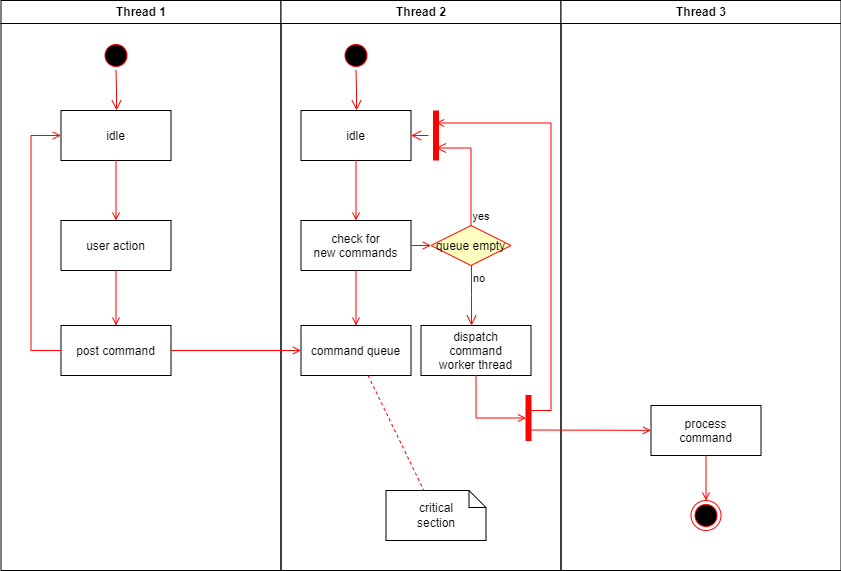
This is wk/Untitled Diagram.drawio.png from tetai/flow, a draw.io export, as it was before one commit. Source tidied: cells renumbered, new cells last; positions are measured from the earlier drawing's top-left corner, leaving out a move shared by most shapes. Its diagram source:
```xml
<mxGraphModel>
  <root>
    <mxCell id="0" />
    <mxCell id="1" parent="0" />
    <mxCell id="2" value="Thread 1" style="swimlane;whiteSpace=wrap;" parent="1" vertex="1">
      <mxGeometry x="0.5" width="280" height="570" as="geometry" />
    </mxCell>
    <mxCell id="3" style="ellipse;shape=startState;fillColor=#000000;strokeColor=#ff0000;" parent="2" vertex="1">
      <mxGeometry x="100" y="40" width="30" height="30" as="geometry" />
    </mxCell>
    <mxCell id="4" style="edgeStyle=elbowEdgeStyle;elbow=horizontal;verticalAlign=bottom;endArrow=open;endSize=8;strokeColor=#FF0000;endFill=1;rounded=0;" parent="2" edge="1" source="3" target="5">
      <mxGeometry x="100" y="40" as="geometry" />
    </mxCell>
    <mxCell id="5" value="idle" parent="2" vertex="1">
      <mxGeometry x="60" y="110" width="110" height="50" as="geometry" />
    </mxCell>
    <mxCell id="6" value="user action" parent="2" vertex="1">
      <mxGeometry x="60" y="220" width="110" height="50" as="geometry" />
    </mxCell>
    <mxCell id="7" style="endArrow=open;strokeColor=#FF0000;endFill=1;rounded=0;" parent="2" edge="1" source="5" target="6">
      <mxGeometry relative="1" as="geometry" />
    </mxCell>
    <mxCell id="8" value="post command" parent="2" vertex="1">
      <mxGeometry x="60" y="325" width="110" height="50" as="geometry" />
    </mxCell>
    <mxCell id="9" style="endArrow=open;strokeColor=#FF0000;endFill=1;rounded=0;" parent="2" edge="1" source="6" target="8">
      <mxGeometry relative="1" as="geometry" />
    </mxCell>
    <mxCell id="10" style="edgeStyle=elbowEdgeStyle;elbow=horizontal;strokeColor=#FF0000;endArrow=open;endFill=1;rounded=0;" parent="2" edge="1" source="8" target="5">
      <mxGeometry relative="1" as="geometry">
        <Array as="points">
          <mxPoint x="30" y="250" />
        </Array>
      </mxGeometry>
    </mxCell>
    <mxCell id="11" value="Thread 2" style="swimlane;whiteSpace=wrap;" parent="1" vertex="1">
      <mxGeometry x="280.5" width="280" height="570" as="geometry" />
    </mxCell>
    <mxCell id="12" style="ellipse;shape=startState;fillColor=#000000;strokeColor=#ff0000;" parent="11" vertex="1">
      <mxGeometry x="60" y="40" width="30" height="30" as="geometry" />
    </mxCell>
    <mxCell id="13" style="edgeStyle=elbowEdgeStyle;elbow=horizontal;verticalAlign=bottom;endArrow=open;endSize=8;strokeColor=#FF0000;endFill=1;rounded=0;" parent="11" edge="1" source="12" target="14">
      <mxGeometry x="40" y="20" as="geometry" />
    </mxCell>
    <mxCell id="14" value="idle" parent="11" vertex="1">
      <mxGeometry x="20" y="110" width="110" height="50" as="geometry" />
    </mxCell>
    <mxCell id="15" value="check for &#10;new commands" parent="11" vertex="1">
      <mxGeometry x="20" y="220" width="110" height="50" as="geometry" />
    </mxCell>
    <mxCell id="16" style="endArrow=open;strokeColor=#FF0000;endFill=1;rounded=0;" parent="11" edge="1" source="14" target="15">
      <mxGeometry relative="1" as="geometry" />
    </mxCell>
    <mxCell id="17" value="command queue" parent="11" vertex="1">
      <mxGeometry x="20" y="325" width="110" height="50" as="geometry" />
    </mxCell>
    <mxCell id="18" style="endArrow=open;strokeColor=#FF0000;endFill=1;rounded=0;" parent="11" edge="1" source="15" target="17">
      <mxGeometry relative="1" as="geometry" />
    </mxCell>
    <mxCell id="19" value="queue empty" style="rhombus;fillColor=#ffffc0;strokeColor=#ff0000;" parent="11" vertex="1">
      <mxGeometry x="150" y="225" width="80" height="40" as="geometry" />
    </mxCell>
    <mxCell id="20" value="yes" style="edgeStyle=elbowEdgeStyle;elbow=horizontal;align=left;verticalAlign=bottom;endArrow=open;endSize=8;strokeColor=#FF0000;exitX=0.5;exitY=0;endFill=1;rounded=0;entryX=0.75;entryY=0.5;entryPerimeter=0;" parent="11" edge="1" source="19" target="23">
      <mxGeometry x="-1" relative="1" as="geometry">
        <Array as="points">
          <mxPoint x="190" y="180" />
        </Array>
      </mxGeometry>
    </mxCell>
    <mxCell id="21" value="no" style="edgeStyle=elbowEdgeStyle;elbow=horizontal;align=left;verticalAlign=top;endArrow=open;endSize=8;strokeColor=#FF0000;endFill=1;rounded=0;" parent="11" edge="1" source="19" target="25">
      <mxGeometry x="-1" relative="1" as="geometry" />
    </mxCell>
    <mxCell id="22" style="endArrow=open;strokeColor=#FF0000;endFill=1;rounded=0;" parent="11" edge="1" source="15" target="19">
      <mxGeometry relative="1" as="geometry" />
    </mxCell>
    <mxCell id="23" style="shape=line;strokeWidth=6;strokeColor=#ff0000;rotation=90;" parent="11" vertex="1">
      <mxGeometry x="130" y="127.5" width="50" height="15" as="geometry" />
    </mxCell>
    <mxCell id="24" style="edgeStyle=elbowEdgeStyle;elbow=horizontal;verticalAlign=bottom;endArrow=open;endSize=8;strokeColor=#FF0000;endFill=1;rounded=0;" parent="11" edge="1" source="23" target="14">
      <mxGeometry x="130" y="90" as="geometry" />
    </mxCell>
    <mxCell id="25" value="dispatch&#10;command&#10;worker thread" parent="11" vertex="1">
      <mxGeometry x="140" y="325" width="110" height="50" as="geometry" />
    </mxCell>
    <mxCell id="26" value="critical&#10;section" style="shape=note;whiteSpace=wrap;size=17;" parent="11" vertex="1">
      <mxGeometry x="105" y="490" width="100" height="50" as="geometry" />
    </mxCell>
    <mxCell id="27" style="endArrow=none;strokeColor=#FF0000;endFill=0;rounded=0;dashed=1;" parent="11" edge="1" source="17" target="26">
      <mxGeometry relative="1" as="geometry" />
    </mxCell>
    <mxCell id="28" style="whiteSpace=wrap;strokeColor=#FF0000;fillColor=#FF0000;" parent="11" vertex="1">
      <mxGeometry x="245" y="395" width="5" height="45" as="geometry" />
    </mxCell>
    <mxCell id="29" style="edgeStyle=elbowEdgeStyle;elbow=horizontal;entryX=0;entryY=0.5;strokeColor=#FF0000;endArrow=open;endFill=1;rounded=0;" parent="11" edge="1" source="25" target="28">
      <mxGeometry relative="1" as="geometry">
        <Array as="points">
          <mxPoint x="195" y="400" />
        </Array>
      </mxGeometry>
    </mxCell>
    <mxCell id="30" value="Thread 3" style="swimlane;whiteSpace=wrap;" parent="1" vertex="1">
      <mxGeometry x="560.5" width="280" height="570" as="geometry" />
    </mxCell>
    <mxCell id="31" value="process&#10;command" parent="30" vertex="1">
      <mxGeometry x="90" y="405" width="110" height="50" as="geometry" />
    </mxCell>
    <mxCell id="32" style="edgeStyle=elbowEdgeStyle;elbow=horizontal;strokeColor=#FF0000;endArrow=open;endFill=1;rounded=0;entryX=0.25;entryY=0.5;entryPerimeter=0;" parent="30" edge="1" target="23">
      <mxGeometry relative="1" as="geometry">
        <mxPoint x="-30" y="410" as="sourcePoint" />
        <Array as="points">
          <mxPoint x="-10" y="135" />
        </Array>
      </mxGeometry>
    </mxCell>
    <mxCell id="33" style="edgeStyle=none;strokeColor=#FF0000;endArrow=open;endFill=1;rounded=0;" parent="30" edge="1" target="31">
      <mxGeometry relative="1" as="geometry">
        <mxPoint x="-30" y="429.5" as="sourcePoint" />
      </mxGeometry>
    </mxCell>
    <mxCell id="34" style="ellipse;shape=endState;fillColor=#000000;strokeColor=#ff0000;" parent="30" vertex="1">
      <mxGeometry x="130" y="500" width="30" height="30" as="geometry" />
    </mxCell>
    <mxCell id="35" style="endArrow=open;strokeColor=#FF0000;endFill=1;rounded=0;" parent="30" edge="1" source="31" target="34">
      <mxGeometry relative="1" as="geometry" />
    </mxCell>
    <mxCell id="36" style="endArrow=open;strokeColor=#FF0000;endFill=1;rounded=0;" parent="1" edge="1" source="8" target="17">
      <mxGeometry relative="1" as="geometry" />
    </mxCell>
  </root>
</mxGraphModel>
```
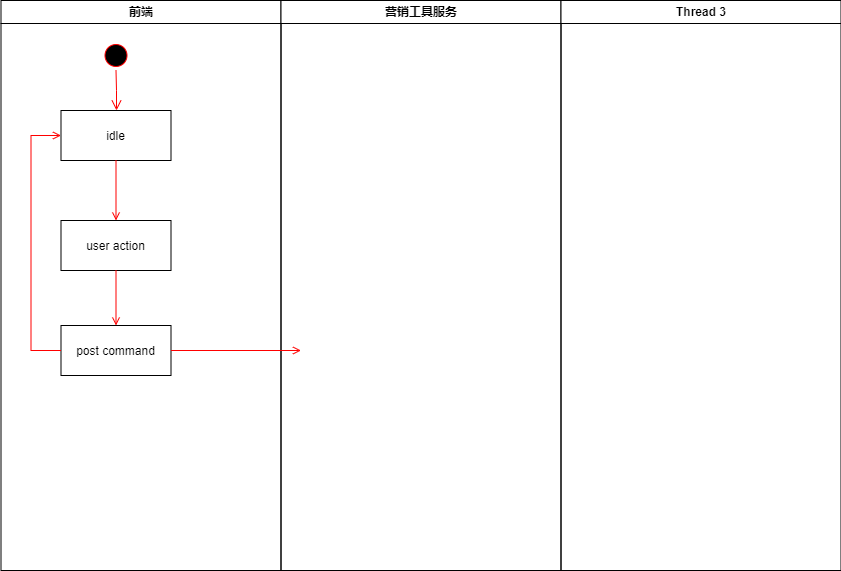
The same file after the commit.

Change to the diagram source:
```diff
@@ -2,7 +2,7 @@
   <root>
     <mxCell id="0" />
     <mxCell id="1" parent="0" />
-    <mxCell id="2" value="Thread 1" style="swimlane;whiteSpace=wrap;" parent="1" vertex="1">
+    <mxCell id="2" value="前端" style="swimlane;whiteSpace=wrap;" parent="1" vertex="1">
       <mxGeometry x="0.5" width="280" height="570" as="geometry" />
     </mxCell>
     <mxCell id="3" style="ellipse;shape=startState;fillColor=#000000;strokeColor=#ff0000;" parent="2" vertex="1">
@@ -33,98 +33,16 @@
         </Array>
       </mxGeometry>
     </mxCell>
-    <mxCell id="11" value="Thread 2" style="swimlane;whiteSpace=wrap;" parent="1" vertex="1">
+    <mxCell id="11" value="营销工具服务" style="swimlane;whiteSpace=wrap;" parent="1" vertex="1">
       <mxGeometry x="280.5" width="280" height="570" as="geometry" />
     </mxCell>
-    <mxCell id="12" style="ellipse;shape=startState;fillColor=#000000;strokeColor=#ff0000;" parent="11" vertex="1">
-      <mxGeometry x="60" y="40" width="30" height="30" as="geometry" />
-    </mxCell>
-    <mxCell id="13" style="edgeStyle=elbowEdgeStyle;elbow=horizontal;verticalAlign=bottom;endArrow=open;endSize=8;strokeColor=#FF0000;endFill=1;rounded=0;" parent="11" edge="1" source="12" target="14">
-      <mxGeometry x="40" y="20" as="geometry" />
-    </mxCell>
-    <mxCell id="14" value="idle" parent="11" vertex="1">
-      <mxGeometry x="20" y="110" width="110" height="50" as="geometry" />
-    </mxCell>
-    <mxCell id="15" value="check for &#10;new commands" parent="11" vertex="1">
-      <mxGeometry x="20" y="220" width="110" height="50" as="geometry" />
-    </mxCell>
-    <mxCell id="16" style="endArrow=open;strokeColor=#FF0000;endFill=1;rounded=0;" parent="11" edge="1" source="14" target="15">
-      <mxGeometry relative="1" as="geometry" />
-    </mxCell>
-    <mxCell id="17" value="command queue" parent="11" vertex="1">
-      <mxGeometry x="20" y="325" width="110" height="50" as="geometry" />
-    </mxCell>
-    <mxCell id="18" style="endArrow=open;strokeColor=#FF0000;endFill=1;rounded=0;" parent="11" edge="1" source="15" target="17">
-      <mxGeometry relative="1" as="geometry" />
-    </mxCell>
-    <mxCell id="19" value="queue empty" style="rhombus;fillColor=#ffffc0;strokeColor=#ff0000;" parent="11" vertex="1">
-      <mxGeometry x="150" y="225" width="80" height="40" as="geometry" />
-    </mxCell>
-    <mxCell id="20" value="yes" style="edgeStyle=elbowEdgeStyle;elbow=horizontal;align=left;verticalAlign=bottom;endArrow=open;endSize=8;strokeColor=#FF0000;exitX=0.5;exitY=0;endFill=1;rounded=0;entryX=0.75;entryY=0.5;entryPerimeter=0;" parent="11" edge="1" source="19" target="23">
-      <mxGeometry x="-1" relative="1" as="geometry">
-        <Array as="points">
-          <mxPoint x="190" y="180" />
-        </Array>
-      </mxGeometry>
-    </mxCell>
-    <mxCell id="21" value="no" style="edgeStyle=elbowEdgeStyle;elbow=horizontal;align=left;verticalAlign=top;endArrow=open;endSize=8;strokeColor=#FF0000;endFill=1;rounded=0;" parent="11" edge="1" source="19" target="25">
-      <mxGeometry x="-1" relative="1" as="geometry" />
-    </mxCell>
-    <mxCell id="22" style="endArrow=open;strokeColor=#FF0000;endFill=1;rounded=0;" parent="11" edge="1" source="15" target="19">
-      <mxGeometry relative="1" as="geometry" />
-    </mxCell>
-    <mxCell id="23" style="shape=line;strokeWidth=6;strokeColor=#ff0000;rotation=90;" parent="11" vertex="1">
-      <mxGeometry x="130" y="127.5" width="50" height="15" as="geometry" />
-    </mxCell>
-    <mxCell id="24" style="edgeStyle=elbowEdgeStyle;elbow=horizontal;verticalAlign=bottom;endArrow=open;endSize=8;strokeColor=#FF0000;endFill=1;rounded=0;" parent="11" edge="1" source="23" target="14">
-      <mxGeometry x="130" y="90" as="geometry" />
-    </mxCell>
-    <mxCell id="25" value="dispatch&#10;command&#10;worker thread" parent="11" vertex="1">
-      <mxGeometry x="140" y="325" width="110" height="50" as="geometry" />
-    </mxCell>
-    <mxCell id="26" value="critical&#10;section" style="shape=note;whiteSpace=wrap;size=17;" parent="11" vertex="1">
-      <mxGeometry x="105" y="490" width="100" height="50" as="geometry" />
-    </mxCell>
-    <mxCell id="27" style="endArrow=none;strokeColor=#FF0000;endFill=0;rounded=0;dashed=1;" parent="11" edge="1" source="17" target="26">
-      <mxGeometry relative="1" as="geometry" />
-    </mxCell>
-    <mxCell id="28" style="whiteSpace=wrap;strokeColor=#FF0000;fillColor=#FF0000;" parent="11" vertex="1">
-      <mxGeometry x="245" y="395" width="5" height="45" as="geometry" />
-    </mxCell>
-    <mxCell id="29" style="edgeStyle=elbowEdgeStyle;elbow=horizontal;entryX=0;entryY=0.5;strokeColor=#FF0000;endArrow=open;endFill=1;rounded=0;" parent="11" edge="1" source="25" target="28">
-      <mxGeometry relative="1" as="geometry">
-        <Array as="points">
-          <mxPoint x="195" y="400" />
-        </Array>
-      </mxGeometry>
-    </mxCell>
     <mxCell id="30" value="Thread 3" style="swimlane;whiteSpace=wrap;" parent="1" vertex="1">
       <mxGeometry x="560.5" width="280" height="570" as="geometry" />
     </mxCell>
-    <mxCell id="31" value="process&#10;command" parent="30" vertex="1">
-      <mxGeometry x="90" y="405" width="110" height="50" as="geometry" />
-    </mxCell>
-    <mxCell id="32" style="edgeStyle=elbowEdgeStyle;elbow=horizontal;strokeColor=#FF0000;endArrow=open;endFill=1;rounded=0;entryX=0.25;entryY=0.5;entryPerimeter=0;" parent="30" edge="1" target="23">
-      <mxGeometry relative="1" as="geometry">
-        <mxPoint x="-30" y="410" as="sourcePoint" />
-        <Array as="points">
-          <mxPoint x="-10" y="135" />
-        </Array>
-      </mxGeometry>
-    </mxCell>
-    <mxCell id="33" style="edgeStyle=none;strokeColor=#FF0000;endArrow=open;endFill=1;rounded=0;" parent="30" edge="1" target="31">
-      <mxGeometry relative="1" as="geometry">
-        <mxPoint x="-30" y="429.5" as="sourcePoint" />
-      </mxGeometry>
-    </mxCell>
-    <mxCell id="34" style="ellipse;shape=endState;fillColor=#000000;strokeColor=#ff0000;" parent="30" vertex="1">
-      <mxGeometry x="130" y="500" width="30" height="30" as="geometry" />
-    </mxCell>
-    <mxCell id="35" style="endArrow=open;strokeColor=#FF0000;endFill=1;rounded=0;" parent="30" edge="1" source="31" target="34">
-      <mxGeometry relative="1" as="geometry" />
-    </mxCell>
-    <mxCell id="36" style="endArrow=open;strokeColor=#FF0000;endFill=1;rounded=0;" parent="1" edge="1" source="8" target="17">
-      <mxGeometry relative="1" as="geometry" />
+    <mxCell id="36" style="endArrow=open;strokeColor=#FF0000;endFill=1;rounded=0;" parent="1" edge="1" source="8">
+      <mxGeometry relative="1" as="geometry">
+        <mxPoint x="300.5" y="350" as="targetPoint" />
+      </mxGeometry>
     </mxCell>
   </root>
 </mxGraphModel>
```
